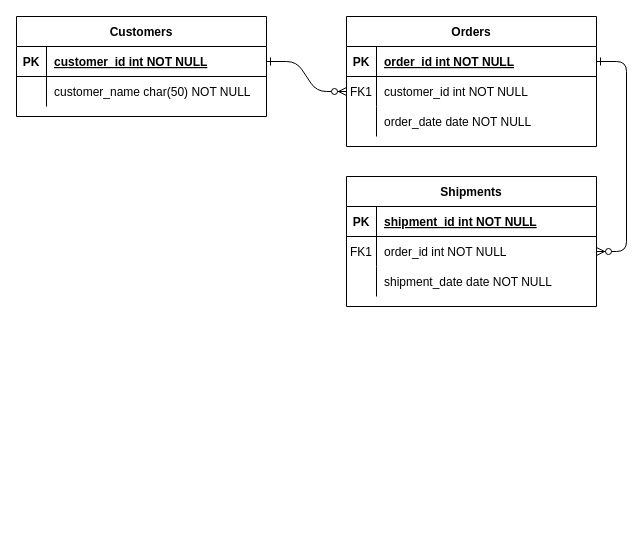
Before: Untitled Diagram.drawio in joaopaulo159/DH, a draw.io diagram. Source tidied: cells renumbered, new cells numbered last; positions are measured from the earlier drawing's top-left corner, leaving out a move shared by most shapes. Both pictures are drawn from the tidied source at 100%, with x=0, y=0 at pixel (16, 16).
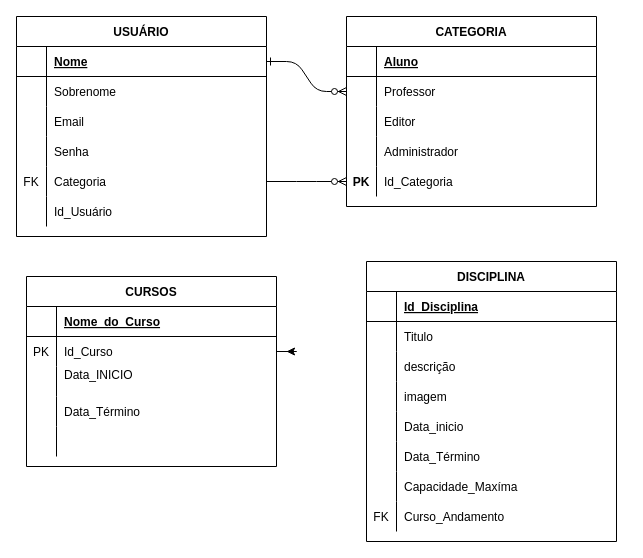
The same page after the edit.

Unchanged cells that the change refers to:
```xml
<mxCell id="5" style="shape=partialRectangle;fillColor=none;points=[[0,0.5],[1,0.5]];portConstraint=eastwest;top=0;left=0;right=0;bottom=1;" parent="4" vertex="1">
  <mxGeometry y="30" width="250" height="30" as="geometry" />
</mxCell>
<mxCell id="8" style="shape=partialRectangle;fillColor=none;points=[[0,0.5],[1,0.5]];portConstraint=eastwest;top=0;left=0;right=0;bottom=0;" parent="4" vertex="1">
  <mxGeometry y="60" width="250" height="30" as="geometry" />
</mxCell>
<mxCell id="11" style="shape=partialRectangle;fillColor=none;top=0;left=0;right=0;bottom=0;" parent="4" vertex="1">
  <mxGeometry y="90" width="250" height="30" as="geometry" />
</mxCell>
<mxCell id="15" style="shape=partialRectangle;fillColor=none;top=0;left=0;right=0;bottom=1;" parent="14" vertex="1">
  <mxGeometry y="30" width="250" height="30" as="geometry" />
</mxCell>
<mxCell id="18" style="shape=partialRectangle;fillColor=none;points=[[0,0.5],[1,0.5]];portConstraint=eastwest;top=0;left=0;right=0;bottom=0;" parent="14" vertex="1">
  <mxGeometry y="60" width="250" height="30" as="geometry" />
</mxCell>
<mxCell id="21" style="shape=partialRectangle;fillColor=none;top=0;left=0;right=0;bottom=0;" parent="14" vertex="1">
  <mxGeometry y="90" width="250" height="30" as="geometry" />
</mxCell>
<mxCell id="25" style="shape=partialRectangle;fillColor=none;points=[[0,0.5],[1,0.5]];portConstraint=eastwest;top=0;left=0;right=0;bottom=1;" parent="24" vertex="1">
  <mxGeometry y="30" width="250" height="30" as="geometry" />
</mxCell>
<mxCell id="28" style="shape=partialRectangle;fillColor=none;top=0;left=0;right=0;bottom=0;" parent="24" vertex="1">
  <mxGeometry y="60" width="250" height="30" as="geometry" />
</mxCell>
```

The edit, as a diff of the source:
```diff
@@
-    <mxCell id="3" style="edgeStyle=entityRelationEdgeStyle;endArrow=ERzeroToMany;startArrow=ERone;endFill=1;startFill=0;" parent="1" edge="1" source="5" target="18">
-      <mxGeometry relative="1" as="geometry" />
-    </mxCell>
-    <mxCell id="4" value="Orders" style="shape=table;startSize=30;childLayout=tableLayout;rowLines=0;fontStyle=1;align=center;" parent="1" vertex="1">
-      <mxGeometry x="330" width="250" height="130" as="geometry" />
+    <mxCell id="4" value="CATEGORIA" style="shape=table;startSize=30;childLayout=tableLayout;rowLines=0;fontStyle=1;align=center;" parent="1" vertex="1">
+      <mxGeometry x="330" width="250" height="190" as="geometry" />
     </mxCell>
@@
-    <mxCell id="6" value="PK" style="shape=partialRectangle;overflow=hidden;fillColor=none;top=0;left=0;bottom=0;right=0;fontStyle=1;" parent="5" vertex="1">
+    <mxCell id="6" style="shape=partialRectangle;overflow=hidden;fillColor=none;top=0;left=0;bottom=0;right=0;fontStyle=1;" parent="5" vertex="1">
       <mxGeometry width="30" height="30" as="geometry" />
     </mxCell>
-    <mxCell id="7" value="order_id int NOT NULL " style="shape=partialRectangle;overflow=hidden;fillColor=none;top=0;left=0;bottom=0;right=0;align=left;spacingLeft=6;fontStyle=5;" parent="5" vertex="1">
+    <mxCell id="7" value="Aluno" style="shape=partialRectangle;overflow=hidden;fillColor=none;top=0;left=0;bottom=0;right=0;align=left;spacingLeft=6;fontStyle=5;" parent="5" vertex="1">
       <mxGeometry x="30" width="220" height="30" as="geometry" />
     </mxCell>
@@
-    <mxCell id="9" value="FK1" style="shape=partialRectangle;overflow=hidden;fillColor=none;top=0;left=0;bottom=0;right=0;" parent="8" vertex="1">
+    <mxCell id="9" style="shape=partialRectangle;overflow=hidden;fillColor=none;top=0;left=0;bottom=0;right=0;" parent="8" vertex="1">
       <mxGeometry width="30" height="30" as="geometry" />
     </mxCell>
-    <mxCell id="10" value="customer_id int NOT NULL" style="shape=partialRectangle;overflow=hidden;fillColor=none;top=0;left=0;bottom=0;right=0;align=left;spacingLeft=6;" parent="8" vertex="1">
+    <mxCell id="10" value="Professor" style="shape=partialRectangle;overflow=hidden;fillColor=none;top=0;left=0;bottom=0;right=0;align=left;spacingLeft=6;" parent="8" vertex="1">
       <mxGeometry x="30" width="220" height="30" as="geometry" />
     </mxCell>
@@
-    <mxCell id="13" value="order_date date NOT NULL" style="shape=partialRectangle;overflow=hidden;fillColor=none;top=0;left=0;bottom=0;right=0;align=left;spacingLeft=6;" parent="11" vertex="1">
+    <mxCell id="13" value="Editor" style="shape=partialRectangle;overflow=hidden;fillColor=none;top=0;left=0;bottom=0;right=0;align=left;spacingLeft=6;" parent="11" vertex="1">
       <mxGeometry x="30" width="220" height="30" as="geometry" />
     </mxCell>
+    <mxCell id="31" style="shape=partialRectangle;fillColor=none;top=0;left=0;right=0;bottom=0;" parent="4" vertex="1">
+      <mxGeometry y="120" width="250" height="30" as="geometry" />
+    </mxCell>
+    <mxCell id="32" style="shape=partialRectangle;overflow=hidden;fillColor=none;top=0;left=0;bottom=0;right=0;" parent="31" vertex="1">
+      <mxGeometry width="30" height="30" as="geometry" />
+    </mxCell>
+    <mxCell id="33" value="Administrador" style="shape=partialRectangle;overflow=hidden;fillColor=none;top=0;left=0;bottom=0;right=0;align=left;spacingLeft=6;" parent="31" vertex="1">
+      <mxGeometry x="30" width="220" height="30" as="geometry" />
+    </mxCell>
+    <mxCell id="34" style="shape=partialRectangle;fillColor=none;top=0;left=0;right=0;bottom=0;" parent="4" vertex="1">
+      <mxGeometry y="150" width="250" height="30" as="geometry" />
+    </mxCell>
+    <mxCell id="35" style="shape=partialRectangle;overflow=hidden;fillColor=none;top=0;left=0;bottom=0;right=0;" parent="34" vertex="1">
+      <mxGeometry width="30" height="30" as="geometry" />
+    </mxCell>
+    <mxCell id="36" value="Id_Categoria" style="shape=partialRectangle;overflow=hidden;fillColor=none;top=0;left=0;bottom=0;right=0;align=left;spacingLeft=6;" parent="34" vertex="1">
+      <mxGeometry x="30" width="220" height="30" as="geometry" />
+    </mxCell>
-    <mxCell id="14" value="Shipments" style="shape=table;startSize=30;childLayout=tableLayout;rowLines=0;fontStyle=1;align=center;" parent="1" vertex="1">
-      <mxGeometry x="330" y="160" width="250" height="130" as="geometry" />
+    <mxCell id="14" value="CURSOS" style="shape=table;startSize=30;childLayout=tableLayout;rowLines=0;fontStyle=1;align=center;" parent="1" vertex="1">
+      <mxGeometry x="10" y="260" width="250" height="190" as="geometry" />
     </mxCell>
@@
-    <mxCell id="16" value="PK" style="shape=partialRectangle;overflow=hidden;fillColor=none;top=0;left=0;bottom=0;right=0;fontStyle=1;" parent="15" vertex="1">
+    <mxCell id="16" value="    " style="shape=partialRectangle;overflow=hidden;fillColor=none;top=0;left=0;bottom=0;right=0;fontStyle=1;" parent="15" vertex="1">
       <mxGeometry width="30" height="30" as="geometry" />
     </mxCell>
-    <mxCell id="17" value="shipment_id int NOT NULL " style="shape=partialRectangle;overflow=hidden;fillColor=none;top=0;left=0;bottom=0;right=0;align=left;spacingLeft=6;fontStyle=5;" parent="15" vertex="1">
+    <mxCell id="17" value="Nome_do_Curso" style="shape=partialRectangle;overflow=hidden;fillColor=none;top=0;left=0;bottom=0;right=0;align=left;spacingLeft=6;fontStyle=5;" parent="15" vertex="1">
       <mxGeometry x="30" width="220" height="30" as="geometry" />
     </mxCell>
@@
-    <mxCell id="19" value="FK1" style="shape=partialRectangle;overflow=hidden;fillColor=none;top=0;left=0;bottom=0;right=0;" parent="18" vertex="1">
+    <mxCell id="19" value="PK" style="shape=partialRectangle;overflow=hidden;fillColor=none;top=0;left=0;bottom=0;right=0;" parent="18" vertex="1">
       <mxGeometry width="30" height="30" as="geometry" />
     </mxCell>
-    <mxCell id="20" value="order_id int NOT NULL" style="shape=partialRectangle;overflow=hidden;fillColor=none;top=0;left=0;bottom=0;right=0;align=left;spacingLeft=6;" parent="18" vertex="1">
+    <mxCell id="20" value="Id_Curso" style="shape=partialRectangle;overflow=hidden;fillColor=none;top=0;left=0;bottom=0;right=0;align=left;spacingLeft=6;" parent="18" vertex="1">
       <mxGeometry x="30" width="220" height="30" as="geometry" />
     </mxCell>
@@
-    <mxCell id="23" value="shipment_date date NOT NULL" style="shape=partialRectangle;overflow=hidden;fillColor=none;top=0;left=0;bottom=0;right=0;align=left;spacingLeft=6;" parent="21" vertex="1">
+    <mxCell id="23" value="Data_INICIO&#10;" style="shape=partialRectangle;overflow=hidden;fillColor=none;top=0;left=0;bottom=0;right=0;align=left;spacingLeft=6;" parent="21" vertex="1">
       <mxGeometry x="30" width="220" height="30" as="geometry" />
     </mxCell>
+    <mxCell id="37" style="shape=partialRectangle;fillColor=none;top=0;left=0;right=0;bottom=0;" parent="14" vertex="1">
+      <mxGeometry y="120" width="250" height="30" as="geometry" />
+    </mxCell>
+    <mxCell id="38" style="shape=partialRectangle;overflow=hidden;fillColor=none;top=0;left=0;bottom=0;right=0;" parent="37" vertex="1">
+      <mxGeometry width="30" height="30" as="geometry" />
+    </mxCell>
+    <mxCell id="39" value="Data_Término" style="shape=partialRectangle;overflow=hidden;fillColor=none;top=0;left=0;bottom=0;right=0;align=left;spacingLeft=6;" parent="37" vertex="1">
+      <mxGeometry x="30" width="220" height="30" as="geometry" />
+    </mxCell>
+    <mxCell id="40" style="shape=partialRectangle;fillColor=none;top=0;left=0;right=0;bottom=0;" parent="14" vertex="1">
+      <mxGeometry y="150" width="250" height="30" as="geometry" />
+    </mxCell>
+    <mxCell id="41" style="shape=partialRectangle;overflow=hidden;fillColor=none;top=0;left=0;bottom=0;right=0;" parent="40" vertex="1">
+      <mxGeometry width="30" height="30" as="geometry" />
+    </mxCell>
+    <mxCell id="42" style="shape=partialRectangle;overflow=hidden;fillColor=none;top=0;left=0;bottom=0;right=0;align=left;spacingLeft=6;" parent="40" vertex="1">
+      <mxGeometry x="30" width="220" height="30" as="geometry" />
+    </mxCell>
-    <mxCell id="24" value="Customers" style="shape=table;startSize=30;childLayout=tableLayout;rowLines=0;fontStyle=1;align=center;" parent="1" vertex="1">
-      <mxGeometry width="250" height="100" as="geometry" />
+    <mxCell id="24" value="USUÁRIO" style="shape=table;startSize=30;childLayout=tableLayout;rowLines=0;fontStyle=1;align=center;" parent="1" vertex="1">
+      <mxGeometry width="250" height="220" as="geometry" />
     </mxCell>
@@
-    <mxCell id="26" value="PK" style="shape=partialRectangle;overflow=hidden;fillColor=none;top=0;left=0;bottom=0;right=0;fontStyle=1;" parent="25" vertex="1">
+    <mxCell id="26" style="shape=partialRectangle;overflow=hidden;fillColor=none;top=0;left=0;bottom=0;right=0;fontStyle=1;" parent="25" vertex="1">
       <mxGeometry width="30" height="30" as="geometry" />
     </mxCell>
-    <mxCell id="27" value="customer_id int NOT NULL " style="shape=partialRectangle;overflow=hidden;fillColor=none;top=0;left=0;bottom=0;right=0;align=left;spacingLeft=6;fontStyle=5;" parent="25" vertex="1">
+    <mxCell id="27" value="Nome" style="shape=partialRectangle;overflow=hidden;fillColor=none;top=0;left=0;bottom=0;right=0;align=left;spacingLeft=6;fontStyle=5;" parent="25" vertex="1">
       <mxGeometry x="30" width="220" height="30" as="geometry" />
     </mxCell>
@@
-    <mxCell id="30" value="customer_name char(50) NOT NULL" style="shape=partialRectangle;overflow=hidden;fillColor=none;top=0;left=0;bottom=0;right=0;align=left;spacingLeft=6;" parent="28" vertex="1">
+    <mxCell id="30" value="Sobrenome" style="shape=partialRectangle;overflow=hidden;fillColor=none;top=0;left=0;bottom=0;right=0;align=left;spacingLeft=6;" parent="28" vertex="1">
       <mxGeometry x="30" width="220" height="30" as="geometry" />
     </mxCell>
+    <mxCell id="43" style="shape=partialRectangle;fillColor=none;top=0;left=0;right=0;bottom=0;" parent="24" vertex="1">
+      <mxGeometry y="90" width="250" height="30" as="geometry" />
+    </mxCell>
+    <mxCell id="44" style="shape=partialRectangle;overflow=hidden;fillColor=none;top=0;left=0;bottom=0;right=0;" parent="43" vertex="1">
+      <mxGeometry width="30" height="30" as="geometry" />
+    </mxCell>
+    <mxCell id="45" value="Email " style="shape=partialRectangle;overflow=hidden;fillColor=none;top=0;left=0;bottom=0;right=0;align=left;spacingLeft=6;" parent="43" vertex="1">
+      <mxGeometry x="30" width="220" height="30" as="geometry" />
+    </mxCell>
+    <mxCell id="46" style="shape=partialRectangle;fillColor=none;top=0;left=0;right=0;bottom=0;" parent="24" vertex="1">
+      <mxGeometry y="120" width="250" height="30" as="geometry" />
+    </mxCell>
+    <mxCell id="47" style="shape=partialRectangle;overflow=hidden;fillColor=none;top=0;left=0;bottom=0;right=0;" parent="46" vertex="1">
+      <mxGeometry width="30" height="30" as="geometry" />
+    </mxCell>
+    <mxCell id="48" value="Senha" style="shape=partialRectangle;overflow=hidden;fillColor=none;top=0;left=0;bottom=0;right=0;align=left;spacingLeft=6;" parent="46" vertex="1">
+      <mxGeometry x="30" width="220" height="30" as="geometry" />
+    </mxCell>
+    <mxCell id="49" style="shape=partialRectangle;fillColor=none;points=[[0,0.5],[1,0.5]];portConstraint=eastwest;top=0;left=0;right=0;bottom=0;" parent="24" vertex="1">
+      <mxGeometry y="150" width="250" height="30" as="geometry" />
+    </mxCell>
+    <mxCell id="50" value="FK" style="shape=partialRectangle;overflow=hidden;fillColor=none;top=0;left=0;bottom=0;right=0;" parent="49" vertex="1">
+      <mxGeometry width="30" height="30" as="geometry" />
+    </mxCell>
+    <mxCell id="51" value="Categoria" style="shape=partialRectangle;overflow=hidden;fillColor=none;top=0;left=0;bottom=0;right=0;align=left;spacingLeft=6;" parent="49" vertex="1">
+      <mxGeometry x="30" width="220" height="30" as="geometry" />
+    </mxCell>
+    <mxCell id="52" style="shape=partialRectangle;fillColor=none;top=0;left=0;right=0;bottom=0;" parent="24" vertex="1">
+      <mxGeometry y="180" width="250" height="30" as="geometry" />
+    </mxCell>
+    <mxCell id="53" style="shape=partialRectangle;overflow=hidden;fillColor=none;top=0;left=0;bottom=0;right=0;" parent="52" vertex="1">
+      <mxGeometry width="30" height="30" as="geometry" />
+    </mxCell>
+    <mxCell id="54" value="Id_Usuário" style="shape=partialRectangle;overflow=hidden;fillColor=none;top=0;left=0;bottom=0;right=0;align=left;spacingLeft=6;" parent="52" vertex="1">
+      <mxGeometry x="30" width="220" height="30" as="geometry" />
+    </mxCell>
+    <mxCell id="55" style="edgeStyle=orthogonalEdgeStyle;rounded=0;jettySize=auto;html=1;" parent="1" edge="1" source="18">
+      <mxGeometry relative="1" as="geometry">
+        <mxPoint x="270" y="335" as="targetPoint" />
+      </mxGeometry>
+    </mxCell>
+    <mxCell id="56" value="DISCIPLINA" style="shape=table;startSize=30;childLayout=tableLayout;rowLines=0;fontStyle=1;align=center;" parent="1" vertex="1">
+      <mxGeometry x="350" y="245" width="250" height="280" as="geometry" />
+    </mxCell>
+    <mxCell id="57" style="shape=partialRectangle;fillColor=none;top=0;left=0;right=0;bottom=1;" parent="56" vertex="1">
+      <mxGeometry y="30" width="250" height="30" as="geometry" />
+    </mxCell>
+    <mxCell id="58" style="shape=partialRectangle;overflow=hidden;fillColor=none;top=0;left=0;bottom=0;right=0;fontStyle=1;" parent="57" vertex="1">
+      <mxGeometry width="30" height="30" as="geometry" />
+    </mxCell>
+    <mxCell id="59" value="Id_Disciplina" style="shape=partialRectangle;overflow=hidden;fillColor=none;top=0;left=0;bottom=0;right=0;align=left;spacingLeft=6;fontStyle=5;" parent="57" vertex="1">
+      <mxGeometry x="30" width="220" height="30" as="geometry" />
+    </mxCell>
+    <mxCell id="60" style="shape=partialRectangle;fillColor=none;top=0;left=0;right=0;bottom=0;" parent="56" vertex="1">
+      <mxGeometry y="60" width="250" height="30" as="geometry" />
+    </mxCell>
+    <mxCell id="61" style="shape=partialRectangle;overflow=hidden;fillColor=none;top=0;left=0;bottom=0;right=0;" parent="60" vertex="1">
+      <mxGeometry width="30" height="30" as="geometry" />
+    </mxCell>
+    <mxCell id="62" value="Titulo" style="shape=partialRectangle;overflow=hidden;fillColor=none;top=0;left=0;bottom=0;right=0;align=left;spacingLeft=6;" parent="60" vertex="1">
+      <mxGeometry x="30" width="220" height="30" as="geometry" />
+    </mxCell>
+    <mxCell id="63" style="shape=partialRectangle;fillColor=none;top=0;left=0;right=0;bottom=0;" parent="56" vertex="1">
+      <mxGeometry y="90" width="250" height="30" as="geometry" />
+    </mxCell>
+    <mxCell id="64" style="shape=partialRectangle;overflow=hidden;fillColor=none;top=0;left=0;bottom=0;right=0;" parent="63" vertex="1">
+      <mxGeometry width="30" height="30" as="geometry" />
+    </mxCell>
+    <mxCell id="65" value="descrição" style="shape=partialRectangle;overflow=hidden;fillColor=none;top=0;left=0;bottom=0;right=0;align=left;spacingLeft=6;" parent="63" vertex="1">
+      <mxGeometry x="30" width="220" height="30" as="geometry" />
+    </mxCell>
+    <mxCell id="66" style="shape=partialRectangle;fillColor=none;top=0;left=0;right=0;bottom=0;" parent="56" vertex="1">
+      <mxGeometry y="120" width="250" height="30" as="geometry" />
+    </mxCell>
+    <mxCell id="67" style="shape=partialRectangle;overflow=hidden;fillColor=none;top=0;left=0;bottom=0;right=0;" parent="66" vertex="1">
+      <mxGeometry width="30" height="30" as="geometry" />
+    </mxCell>
+    <mxCell id="68" value="imagem" style="shape=partialRectangle;overflow=hidden;fillColor=none;top=0;left=0;bottom=0;right=0;align=left;spacingLeft=6;" parent="66" vertex="1">
+      <mxGeometry x="30" width="220" height="30" as="geometry" />
+    </mxCell>
+    <mxCell id="69" style="shape=partialRectangle;fillColor=none;top=0;left=0;right=0;bottom=0;" parent="56" vertex="1">
+      <mxGeometry y="150" width="250" height="30" as="geometry" />
+    </mxCell>
+    <mxCell id="70" style="shape=partialRectangle;overflow=hidden;fillColor=none;top=0;left=0;bottom=0;right=0;" parent="69" vertex="1">
+      <mxGeometry width="30" height="30" as="geometry" />
+    </mxCell>
+    <mxCell id="71" value="Data_inicio" style="shape=partialRectangle;overflow=hidden;fillColor=none;top=0;left=0;bottom=0;right=0;align=left;spacingLeft=6;" parent="69" vertex="1">
+      <mxGeometry x="30" width="220" height="30" as="geometry" />
+    </mxCell>
+    <mxCell id="72" style="shape=partialRectangle;fillColor=none;top=0;left=0;right=0;bottom=0;" parent="56" vertex="1">
+      <mxGeometry y="180" width="250" height="30" as="geometry" />
+    </mxCell>
+    <mxCell id="73" style="shape=partialRectangle;overflow=hidden;fillColor=none;top=0;left=0;bottom=0;right=0;" parent="72" vertex="1">
+      <mxGeometry width="30" height="30" as="geometry" />
+    </mxCell>
+    <mxCell id="74" value="Data_Término" style="shape=partialRectangle;overflow=hidden;fillColor=none;top=0;left=0;bottom=0;right=0;align=left;spacingLeft=6;" parent="72" vertex="1">
+      <mxGeometry x="30" width="220" height="30" as="geometry" />
+    </mxCell>
+    <mxCell id="75" style="shape=partialRectangle;fillColor=none;top=0;left=0;right=0;bottom=0;" parent="56" vertex="1">
+      <mxGeometry y="210" width="250" height="30" as="geometry" />
+    </mxCell>
+    <mxCell id="76" style="shape=partialRectangle;overflow=hidden;fillColor=none;top=0;left=0;bottom=0;right=0;" parent="75" vertex="1">
+      <mxGeometry width="30" height="30" as="geometry" />
+    </mxCell>
+    <mxCell id="77" value="Capacidade_Maxíma" style="shape=partialRectangle;overflow=hidden;fillColor=none;top=0;left=0;bottom=0;right=0;align=left;spacingLeft=6;" parent="75" vertex="1">
+      <mxGeometry x="30" width="220" height="30" as="geometry" />
+    </mxCell>
+    <mxCell id="78" style="shape=partialRectangle;fillColor=none;top=0;left=0;right=0;bottom=0;" parent="56" vertex="1">
+      <mxGeometry y="240" width="250" height="30" as="geometry" />
+    </mxCell>
+    <mxCell id="79" value="FK" style="shape=partialRectangle;overflow=hidden;fillColor=none;top=0;left=0;bottom=0;right=0;" parent="78" vertex="1">
+      <mxGeometry width="30" height="30" as="geometry" />
+    </mxCell>
+    <mxCell id="80" value="Curso_Andamento" style="shape=partialRectangle;overflow=hidden;fillColor=none;top=0;left=0;bottom=0;right=0;align=left;spacingLeft=6;" parent="78" vertex="1">
+      <mxGeometry x="30" width="220" height="30" as="geometry" />
+    </mxCell>
+    <mxCell id="81" value="PK" style="shape=partialRectangle;overflow=hidden;fillColor=none;top=0;left=0;bottom=0;right=0;fontStyle=1;" parent="1" vertex="1">
+      <mxGeometry x="330" y="150" width="30" height="30" as="geometry" />
+    </mxCell>
+    <mxCell id="82" style="edgeStyle=entityRelationEdgeStyle;fontSize=12;html=1;endArrow=ERzeroToMany;endFill=1;rounded=0;exitX=1;exitY=0.5;exitDx=0;exitDy=0;" parent="1" edge="1" source="49">
+      <mxGeometry relative="1" as="geometry">
+        <mxPoint x="330" y="165" as="targetPoint" />
+      </mxGeometry>
+    </mxCell>
```
